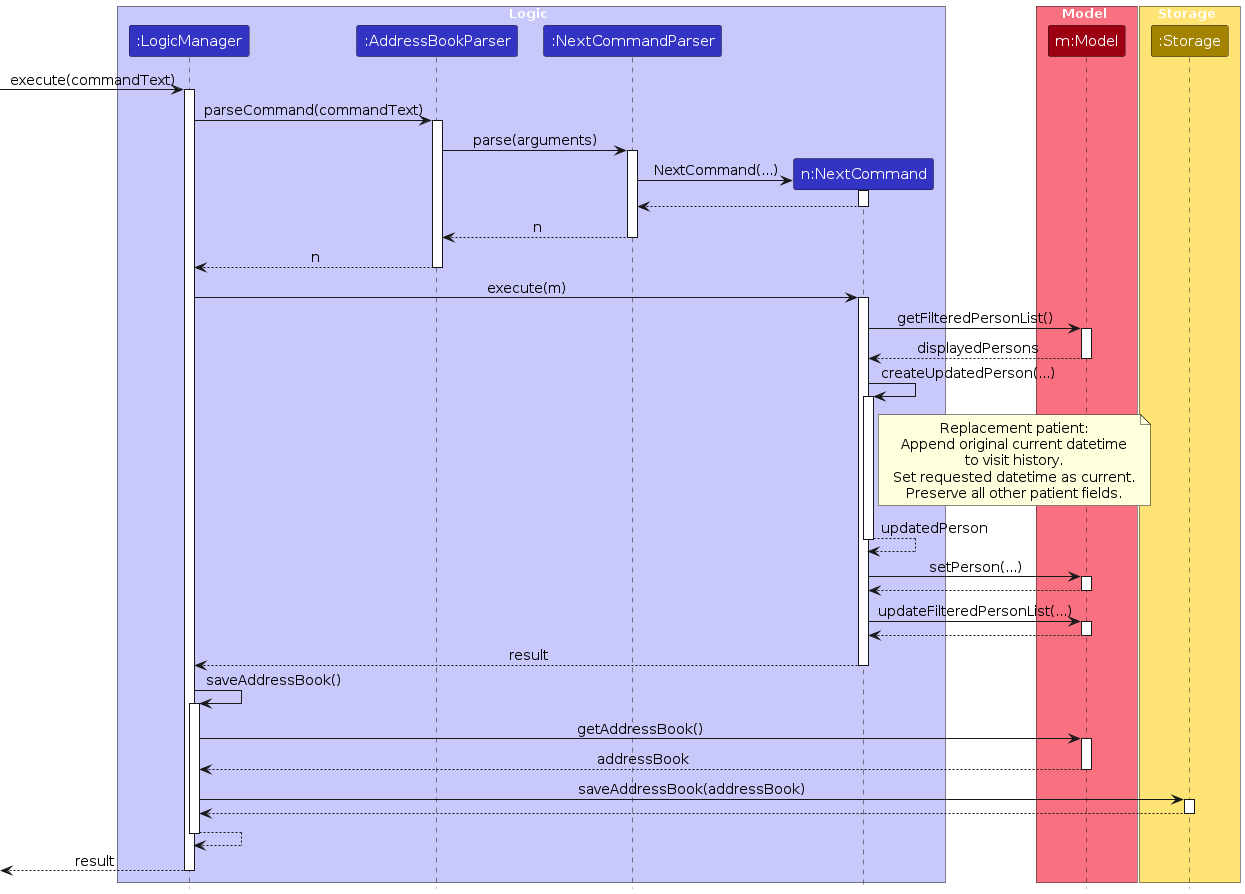
Earlier version of the PlantUML export diagrams/NextSequenceDiagram.png (hhkennn/tp). Its source is kept beside it as diagrams/NextSequenceDiagram.puml. Source of this version:
```plantuml
@startuml
!include style.puml
skinparam ArrowFontStyle plain

skinparam ParticipantPadding 6
skinparam Participant {
  FontSize 15
  Padding 8
}
skinparam Sequence {
  ArrowFontSize 14
  ParticipantFontSize 15
}
skinparam Note {
  FontSize 14
}

box Logic LOGIC_COLOR_T1
participant ":LogicManager" as LogicManager LOGIC_COLOR
participant ":AddressBookParser" as AddressBookParser LOGIC_COLOR
participant ":NextCommandParser" as NextCommandParser LOGIC_COLOR
participant "n:NextCommand" as NextCommand LOGIC_COLOR
end box

box Model MODEL_COLOR_T1
participant "m:Model" as Model MODEL_COLOR
end box

box Storage STORAGE_COLOR_T1
participant ":Storage" as Storage STORAGE_COLOR
end box

[-> LogicManager : execute(commandText)
activate LogicManager

LogicManager -> AddressBookParser : parseCommand(commandText)
activate AddressBookParser

AddressBookParser -> NextCommandParser : parse(arguments)
activate NextCommandParser

create NextCommand
NextCommandParser -> NextCommand : NextCommand(...)
activate NextCommand

NextCommand --> NextCommandParser
deactivate NextCommand

NextCommandParser --> AddressBookParser : n
deactivate NextCommandParser

AddressBookParser --> LogicManager : n
deactivate AddressBookParser

LogicManager -> NextCommand : execute(m)
activate NextCommand

NextCommand -> Model : getFilteredPersonList()
activate Model
Model --> NextCommand : displayedPersons
deactivate Model

NextCommand -> NextCommand : createUpdatedPerson(...)
activate NextCommand
note right of NextCommand
  Replacement patient:
  Append original current datetime
  to visit history.
  Set requested datetime as current.
  Preserve all other patient fields.
end note
NextCommand --> NextCommand : updatedPerson
deactivate NextCommand

NextCommand -> Model : setPerson(...)
activate Model
Model --> NextCommand
deactivate Model

NextCommand -> Model : updateFilteredPersonList(...)
activate Model
Model --> NextCommand
deactivate Model

NextCommand --> LogicManager : result
deactivate NextCommand

LogicManager -> LogicManager : saveAddressBook()
activate LogicManager
LogicManager -> Model : getAddressBook()
activate Model
Model --> LogicManager : addressBook
deactivate Model

LogicManager -> Storage : saveAddressBook(addressBook)
activate Storage
Storage --> LogicManager
deactivate Storage

LogicManager --> LogicManager
deactivate LogicManager

[<--LogicManager : result
deactivate LogicManager
@enduml
```
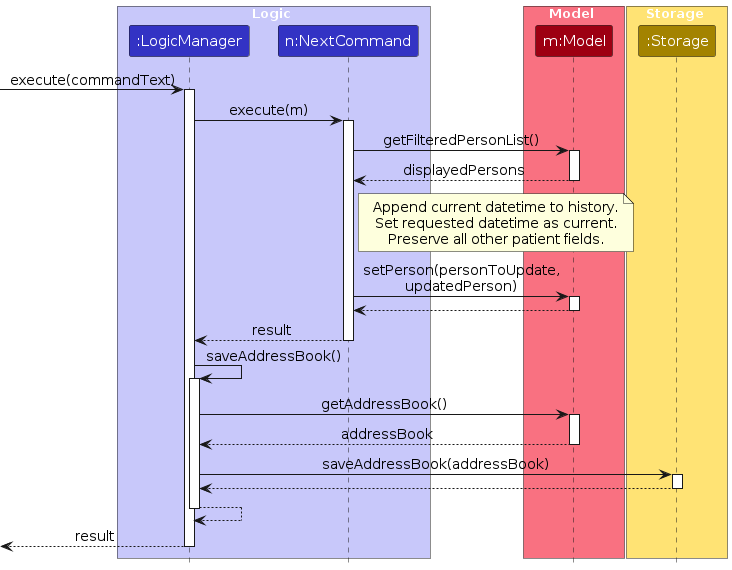
After the commit.

Change to the diagram source:
```diff
@@ -17,8 +17,6 @@
 
 box Logic LOGIC_COLOR_T1
 participant ":LogicManager" as LogicManager LOGIC_COLOR
-participant ":AddressBookParser" as AddressBookParser LOGIC_COLOR
-participant ":NextCommandParser" as NextCommandParser LOGIC_COLOR
 participant "n:NextCommand" as NextCommand LOGIC_COLOR
 end box
 
@@ -33,25 +31,6 @@
 [-> LogicManager : execute(commandText)
 activate LogicManager
 
-LogicManager -> AddressBookParser : parseCommand(commandText)
-activate AddressBookParser
-
-AddressBookParser -> NextCommandParser : parse(arguments)
-activate NextCommandParser
-
-create NextCommand
-NextCommandParser -> NextCommand : NextCommand(...)
-activate NextCommand
-
-NextCommand --> NextCommandParser
-deactivate NextCommand
-
-NextCommandParser --> AddressBookParser : n
-deactivate NextCommandParser
-
-AddressBookParser --> LogicManager : n
-deactivate AddressBookParser
-
 LogicManager -> NextCommand : execute(m)
 activate NextCommand
 
@@ -60,24 +39,13 @@
 Model --> NextCommand : displayedPersons
 deactivate Model
 
-NextCommand -> NextCommand : createUpdatedPerson(...)
-activate NextCommand
 note right of NextCommand
-  Replacement patient:
-  Append original current datetime
-  to visit history.
+  Append current datetime to history.
   Set requested datetime as current.
   Preserve all other patient fields.
 end note
-NextCommand --> NextCommand : updatedPerson
-deactivate NextCommand
 
-NextCommand -> Model : setPerson(...)
-activate Model
-Model --> NextCommand
-deactivate Model
-
-NextCommand -> Model : updateFilteredPersonList(...)
+NextCommand -> Model : setPerson(personToUpdate,\nupdatedPerson)
 activate Model
 Model --> NextCommand
 deactivate Model
```
